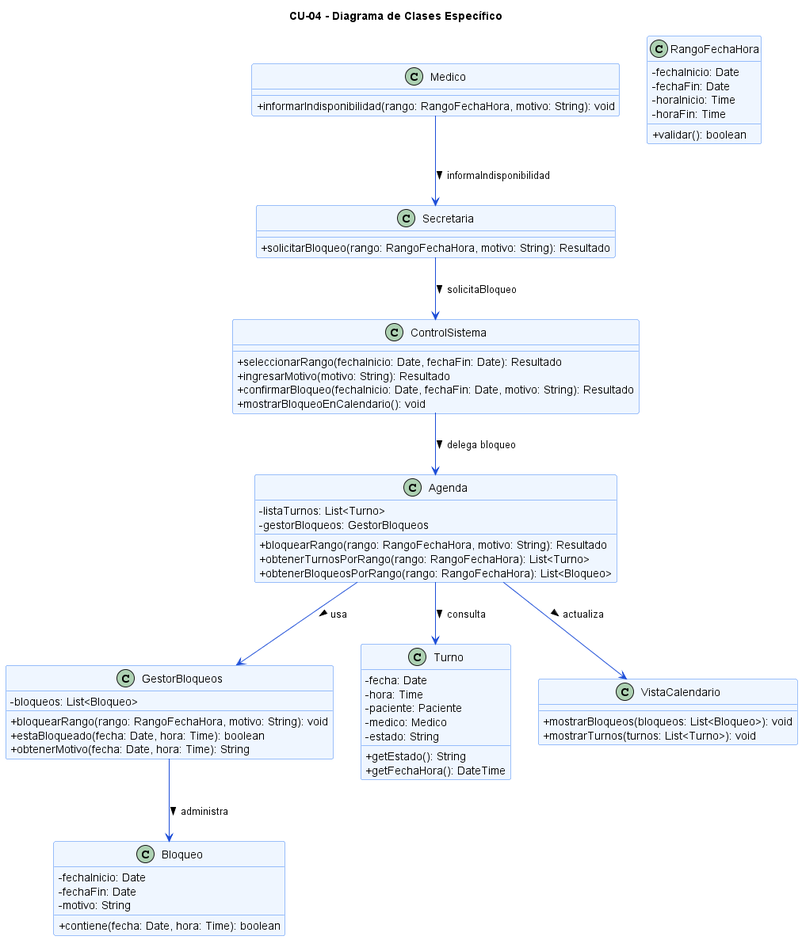
This is diagramas/01-diagrama-clases/04-clase-bloquear-horarios.png from angelgc9107-lgtm/SistemaTurnosMedicos_GP6, a PlantUML export, as it was before one commit.
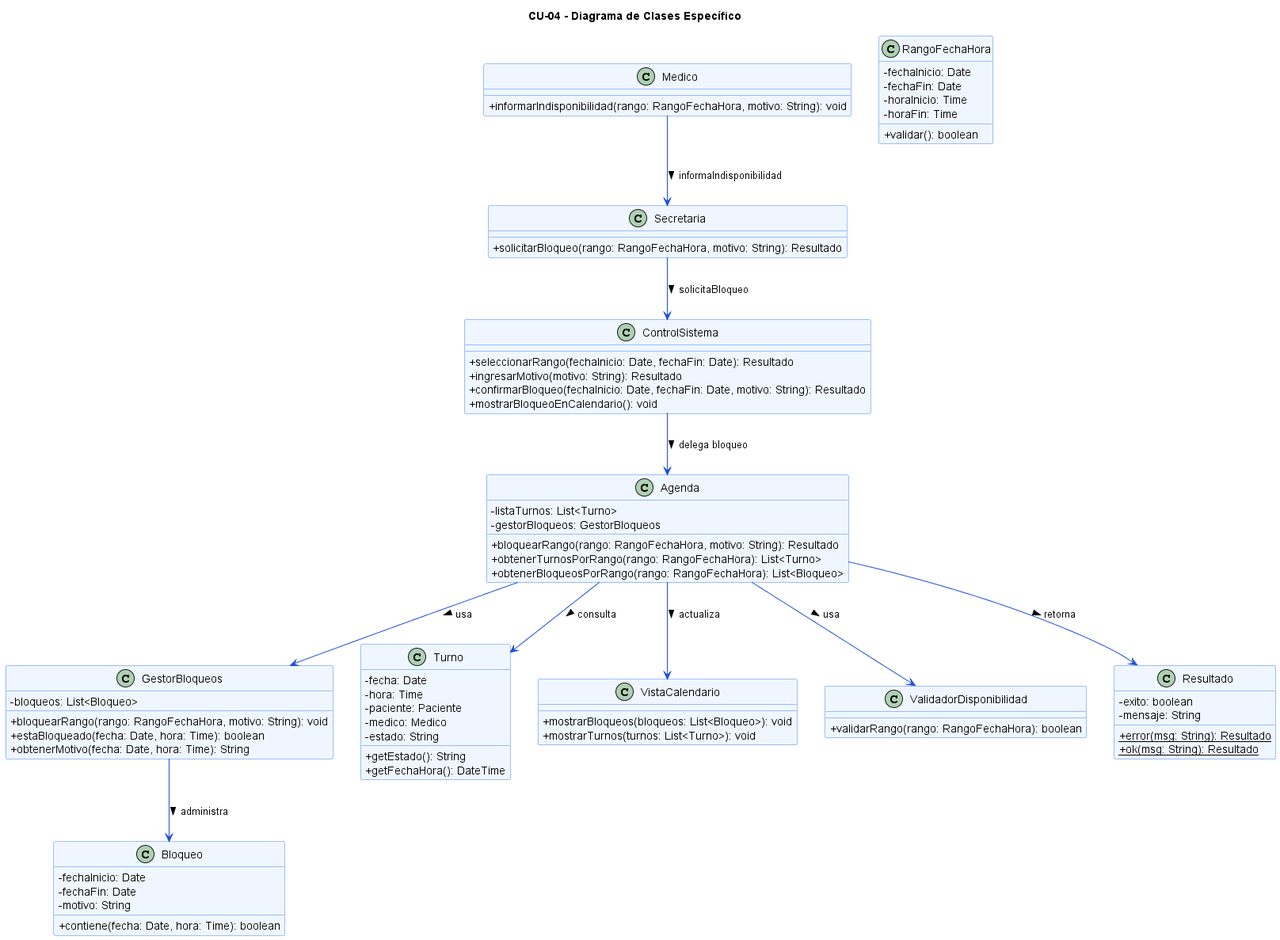
The same file after the commit.

Commit message:
Corrige diagramas y agrega clases

What changed in the source:
```diff
@@ -75,4 +75,17 @@
 Agenda --> Turno : consulta >
 Agenda --> VistaCalendario : actualiza >
 GestorBloqueos --> Bloqueo : administra >
+class ValidadorDisponibilidad {
+    + validarRango(rango: RangoFechaHora): boolean
+}
+
+class Resultado {
+    - exito: boolean
+    - mensaje: String
+    + {static} error(msg: String): Resultado
+    + {static} ok(msg: String): Resultado
+}
+
+Agenda --> ValidadorDisponibilidad : usa >
+Agenda --> Resultado : retorna >
 @enduml
```
